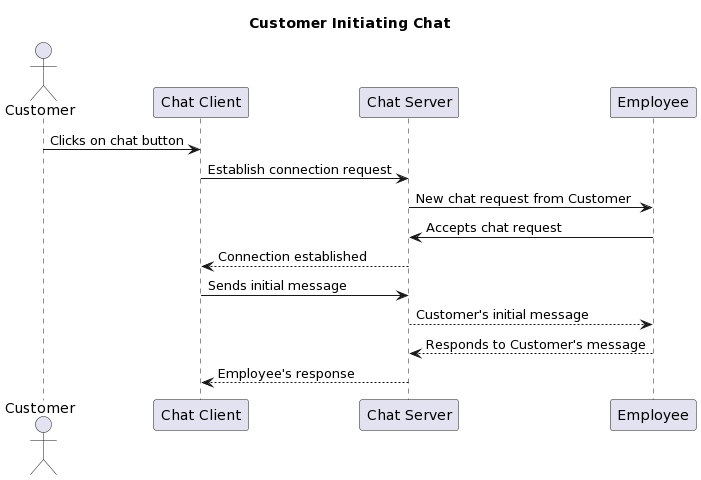
Above: Lab 1.2/Sequence Diagram/Customer Initialing Chat/Customer Initialing Chat.png in VietQuoc29/SE357-Pratice-class (PlantUML), before the change. The source it was exported from:
```plantuml
@startuml
title Customer Initiating Chat

actor Customer
participant "Chat Client" as ChatClient
participant "Chat Server" as ChatServer
participant "Employee" as Employee

Customer -> ChatClient: Clicks on chat button
ChatClient -> ChatServer: Establish connection request
ChatServer -> Employee: New chat request from Customer
Employee -> ChatServer: Accepts chat request
ChatServer --> ChatClient: Connection established
ChatClient -> ChatServer: Sends initial message
ChatServer --> Employee: Customer's initial message
Employee --> ChatServer: Responds to Customer's message
ChatServer --> ChatClient: Employee's response
@enduml
```
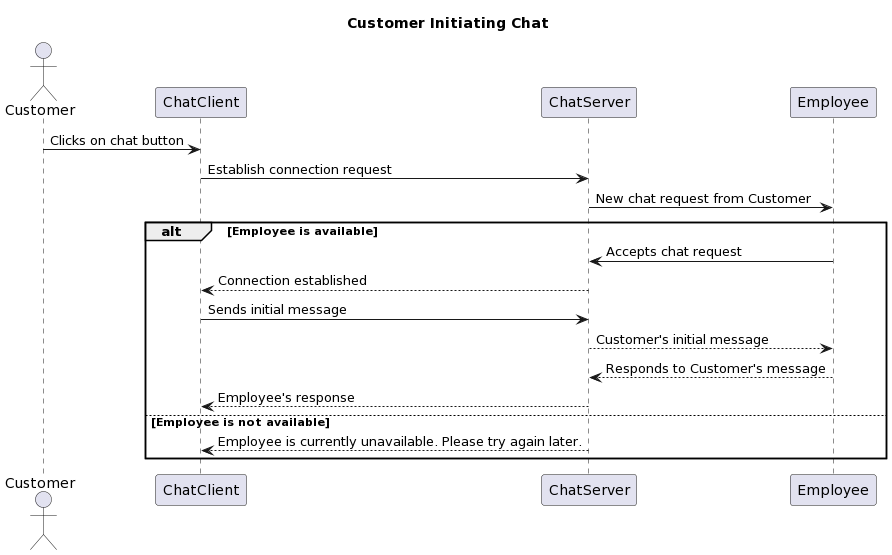
After the commit.

Change to the diagram source:
```diff
@@ -2,17 +2,22 @@
 title Customer Initiating Chat
 
 actor Customer
-participant "Chat Client" as ChatClient
-participant "Chat Server" as ChatServer
-participant "Employee" as Employee
+participant ChatClient
+participant ChatServer
+participant Employee
 
 Customer -> ChatClient: Clicks on chat button
 ChatClient -> ChatServer: Establish connection request
 ChatServer -> Employee: New chat request from Customer
-Employee -> ChatServer: Accepts chat request
-ChatServer --> ChatClient: Connection established
-ChatClient -> ChatServer: Sends initial message
-ChatServer --> Employee: Customer's initial message
-Employee --> ChatServer: Responds to Customer's message
-ChatServer --> ChatClient: Employee's response
+
+alt Employee is available
+    Employee -> ChatServer: Accepts chat request
+    ChatServer --> ChatClient: Connection established
+    ChatClient -> ChatServer: Sends initial message
+    ChatServer --> Employee: Customer's initial message
+    Employee --> ChatServer: Responds to Customer's message
+    ChatServer --> ChatClient: Employee's response
+else Employee is not available
+    ChatServer --> ChatClient: Employee is currently unavailable. Please try again later.
+end
 @enduml
```
